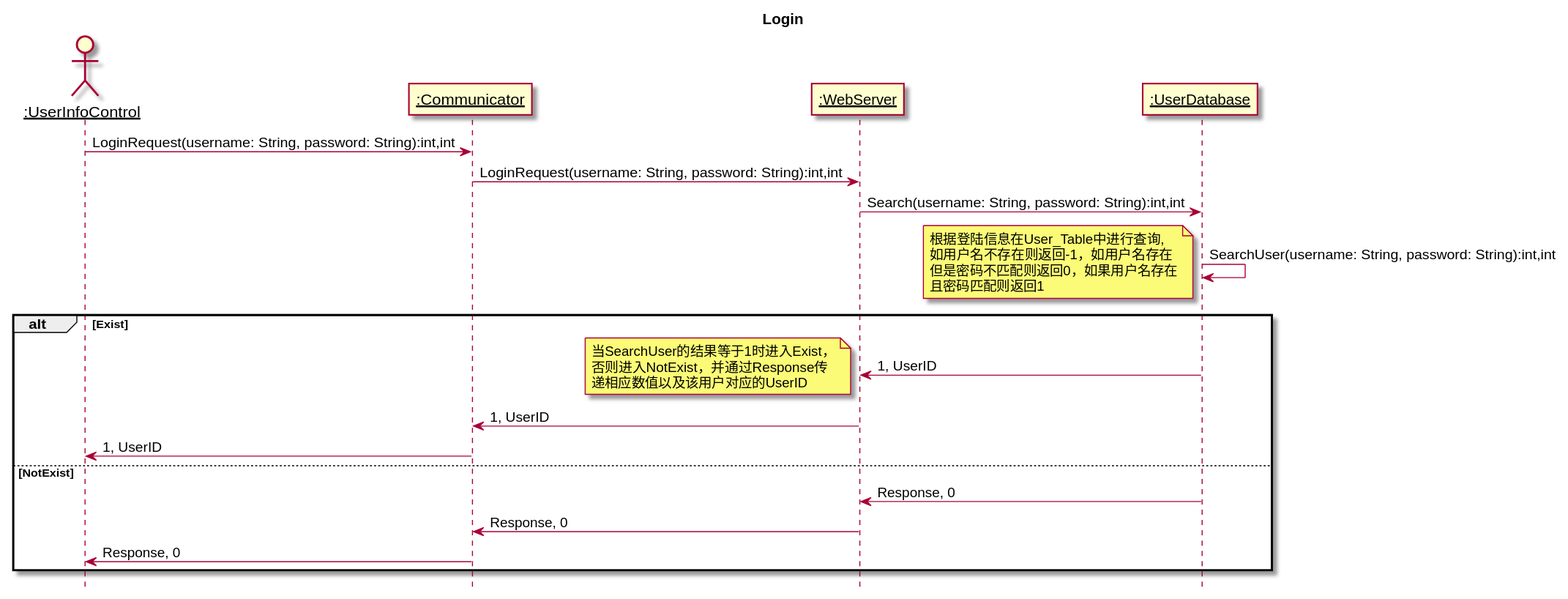
Above: 设计/Diagrams/LoginServerSequenceDiagram.svg in kpp19920121/doc (PlantUML), before the change.
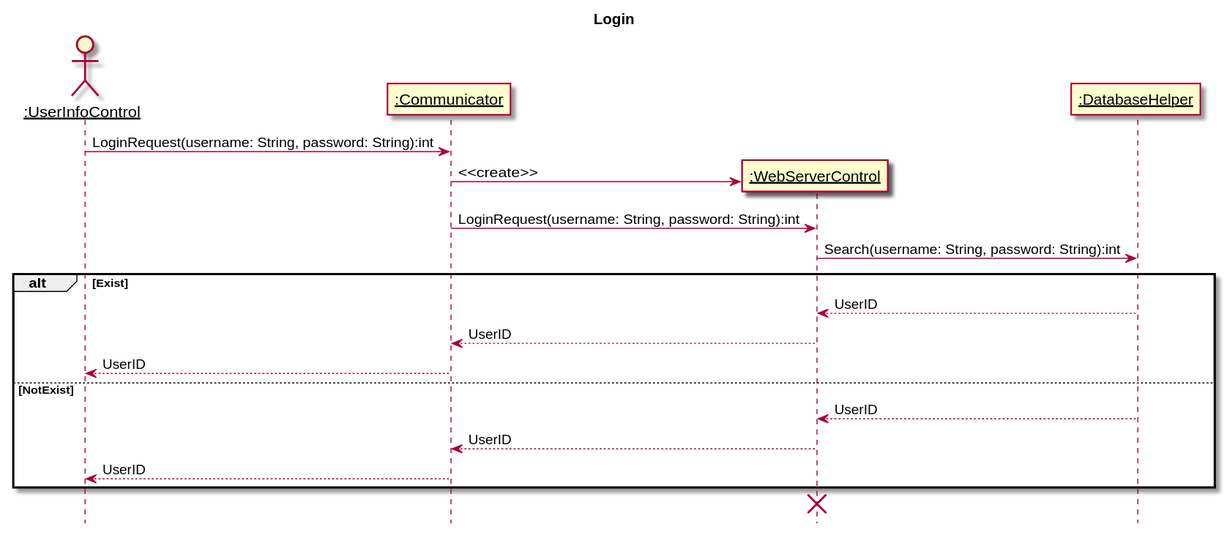
After the change.

The edit, as a diff of the source:
```diff
@@ -4,21 +4,21 @@
 skinparam sequenceParticipant underline
 actor ":UserInfoControl" as Client
 participant ":Communicator" as Communicator
-participant ":WebServer" as WebServer
-participant ":UserDatabase" as UserDatabase
-Client->Communicator:LoginRequest(username: String, password: String):int,int
-Communicator->WebServer:LoginRequest(username: String, password: String):int,int
-WebServer->UserDatabase:Search(username: String, password: String):int,int
-UserDatabase->UserDatabase:SearchUser(username: String, password: String):int,int
-note left:根据登陆信息在User_Table中进行查询,\n如用户名不存在则返回-1，如用户名存在\n但是密码不匹配则返回0，如果用户名存在\n且密码匹配则返回1
+participant ":WebServerControl" as WebServer
+participant ":DatabaseHelper" as UserDatabase
+Client->Communicator:LoginRequest(username: String, password: String):int
+create WebServer
+Communicator->WebServer:<<create>>
+Communicator->WebServer:LoginRequest(username: String, password: String):int
+WebServer->UserDatabase:Search(username: String, password: String):int
 alt Exist
-  UserDatabase->WebServer:1, UserID
-  note left: 当SearchUser的结果等于1时进入Exist，\n否则进入NotExist，并通过Response传\n递相应数值以及该用户对应的UserID
-  WebServer->Communicator:1, UserID
-  Communicator->Client:1, UserID
+  UserDatabase-->WebServer:UserID
+  WebServer-->Communicator:UserID
+  Communicator-->Client:UserID
 else NotExist
-  UserDatabase->WebServer:Response, 0
-  WebServer->Communicator:Response, 0
-  Communicator->Client:Response, 0
+  UserDatabase-->WebServer:UserID
+  WebServer-->Communicator:UserID
+  Communicator-->Client:UserID
 end
+destroy WebServer
 @enduml
```
